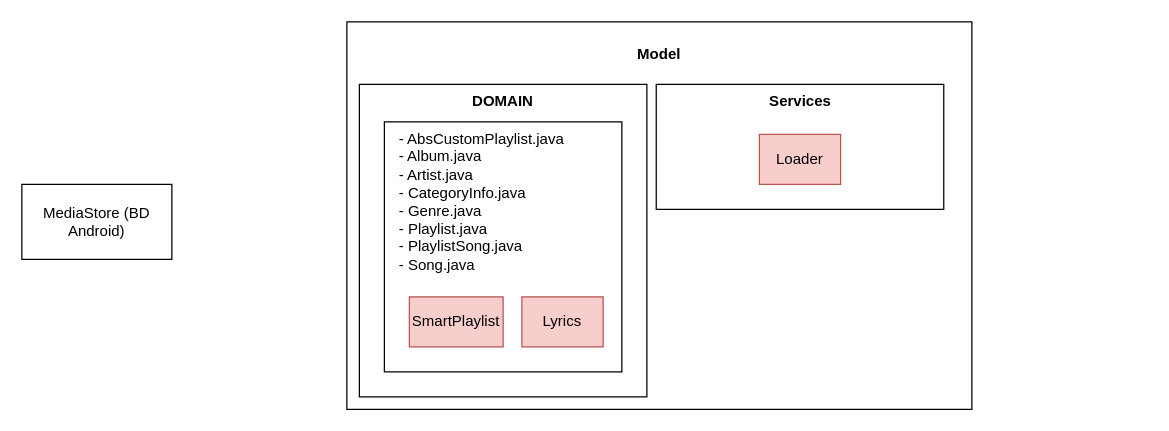
This is Phonograph_diagram.drawio from ThisHobbit/Phonograph, a draw.io file, before an edit. Source tidied: cells renumbered, new cells numbered last; positions are measured from the earlier drawing's top-left corner, leaving out a move shared by most shapes. Both pictures are drawn from the tidied source at 125%, with x=0, y=0 at pixel (21, 21).
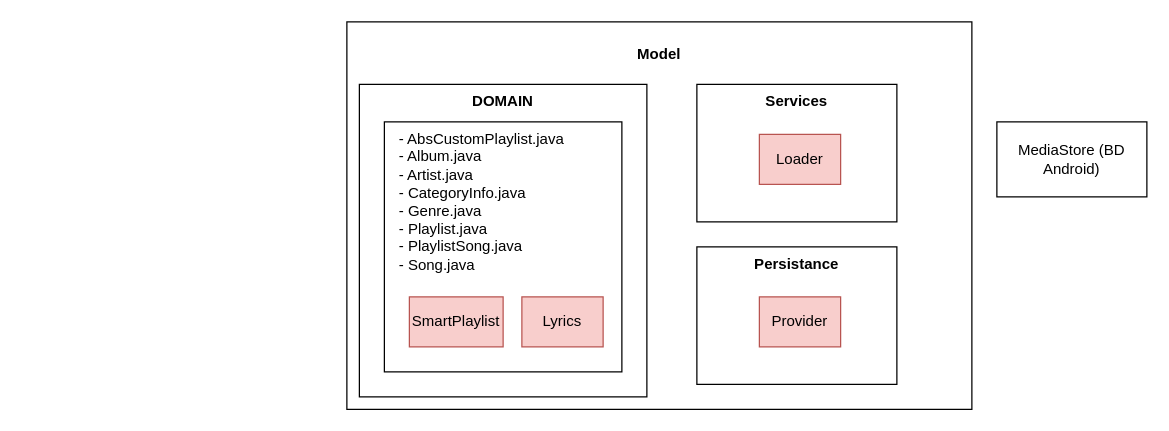
The same page after the edit.

What changed in the source:
```diff
@@
 <mxGraphModel>
   <root>
     <mxCell id="0" />
     <mxCell id="1" parent="0" />
     <mxCell id="2" value="&lt;div&gt;&lt;blockquote&gt;&lt;blockquote&gt;&lt;span style=&quot;color: light-dark(rgb(0, 0, 0), rgb(0, 0, 0));&quot;&gt;Model&lt;/span&gt;&lt;/blockquote&gt;&lt;/blockquote&gt;&lt;/div&gt;" style="rounded=0;whiteSpace=wrap;html=1;fillColor=light-dark(#FFFFFF,#FFE599);gradientColor=none;align=center;verticalAlign=top;fontStyle=1;" parent="1" vertex="1">
       <mxGeometry x="260" width="500" height="310" as="geometry" />
     </mxCell>
     <mxCell id="3" value="&lt;b style=&quot;color: light-dark(rgb(0, 0, 0), rgb(0, 0, 0));&quot;&gt;DOMAIN&lt;/b&gt;" style="rounded=0;whiteSpace=wrap;html=1;fillColor=light-dark(#FFFFFF,#FFFFFF);strokeColor=light-dark(#000000,#000000);verticalAlign=top;labelBorderColor=none;perimeterSpacing=0;" parent="1" vertex="1">
       <mxGeometry x="270" y="50" width="230" height="250" as="geometry" />
     </mxCell>
     <mxCell id="4" style="rounded=0;whiteSpace=wrap;html=1;fillColor=light-dark(#FFFFFF,#7EA6E0);strokeColor=light-dark(#000000,#000000);" parent="1" vertex="1">
       <mxGeometry x="290" y="80" width="190" height="200" as="geometry" />
     </mxCell>
     <mxCell id="5" value="&lt;div align=&quot;left&quot;&gt;&lt;span style=&quot;color: light-dark(rgb(0, 0, 0), rgb(0, 0, 0));&quot;&gt;- AbsCustomPlaylist.java&lt;br&gt;- Album.java&lt;br&gt;- Artist.java&lt;br&gt;- CategoryInfo.java&lt;br&gt;- Genre.java&lt;br&gt;- Playlist.java&lt;br&gt;- PlaylistSong.java&lt;br&gt;- Song.java&lt;/span&gt;&lt;/div&gt;" style="text;html=1;whiteSpace=wrap;strokeColor=none;fillColor=none;align=left;verticalAlign=top;rounded=0;" parent="1" vertex="1">
       <mxGeometry x="300" y="80" width="190" height="190" as="geometry" />
     </mxCell>
     <mxCell id="6" value="&lt;span style=&quot;color: light-dark(rgb(0, 0, 0), rgb(0, 0, 0));&quot;&gt;Lyrics&lt;/span&gt;" style="rounded=0;whiteSpace=wrap;html=1;fillColor=light-dark(#F8CECC,#CC99FF);strokeColor=#b85450;" parent="1" vertex="1">
       <mxGeometry x="400" y="220" width="65" height="40" as="geometry" />
     </mxCell>
     <mxCell id="7" value="&lt;span style=&quot;color: light-dark(rgb(0, 0, 0), rgb(0, 0, 0));&quot;&gt;SmartPlaylist&lt;/span&gt;" style="rounded=0;whiteSpace=wrap;html=1;fillColor=light-dark(#F8CECC,#CC99FF);strokeColor=#b85450;" parent="1" vertex="1">
       <mxGeometry x="310" y="220" width="75" height="40" as="geometry" />
     </mxCell>
     <mxCell id="8" value="&lt;b style=&quot;color: light-dark(rgb(0, 0, 0), rgb(0, 0, 0));&quot;&gt;Services&lt;/b&gt;" style="rounded=0;whiteSpace=wrap;html=1;fillColor=light-dark(#FFFFFF,#FFFFFF);strokeColor=light-dark(#000000,#000000);verticalAlign=top;labelBorderColor=none;perimeterSpacing=0;" parent="1" vertex="1">
-      <mxGeometry x="507.5" y="50" width="230" height="100" as="geometry" />
+      <mxGeometry x="540" y="50" width="160" height="110" as="geometry" />
     </mxCell>
     <mxCell id="9" value="&lt;span style=&quot;color: light-dark(rgb(0, 0, 0), rgb(0, 0, 0));&quot;&gt;Loader&lt;/span&gt;" style="rounded=0;whiteSpace=wrap;html=1;fillColor=light-dark(#F8CECC,#CC99FF);strokeColor=#b85450;" parent="1" vertex="1">
       <mxGeometry x="590" y="90" width="65" height="40" as="geometry" />
     </mxCell>
     <mxCell id="10" value="MediaStore (BD Android)" style="rounded=0;whiteSpace=wrap;html=1;fillColor=none;" parent="1" vertex="1">
-      <mxGeometry y="130" width="120" height="60" as="geometry" />
+      <mxGeometry x="780" y="80" width="120" height="60" as="geometry" />
     </mxCell>
+    <mxCell id="11" value="&lt;b style=&quot;color: light-dark(rgb(0, 0, 0), rgb(0, 0, 0));&quot;&gt;Persistance&lt;/b&gt;" style="rounded=0;whiteSpace=wrap;html=1;fillColor=light-dark(#FFFFFF,#FFFFFF);strokeColor=light-dark(#000000,#000000);verticalAlign=top;labelBorderColor=none;perimeterSpacing=0;" parent="1" vertex="1">
+      <mxGeometry x="540" y="180" width="160" height="110" as="geometry" />
+    </mxCell>
+    <mxCell id="12" value="&lt;span style=&quot;color: light-dark(rgb(0, 0, 0), rgb(0, 0, 0));&quot;&gt;Provider&lt;/span&gt;" style="rounded=0;whiteSpace=wrap;html=1;fillColor=light-dark(#F8CECC,#CC99FF);strokeColor=#b85450;" parent="1" vertex="1">
+      <mxGeometry x="590" y="220" width="65" height="40" as="geometry" />
+    </mxCell>
   </root>
 </mxGraphModel>
```
